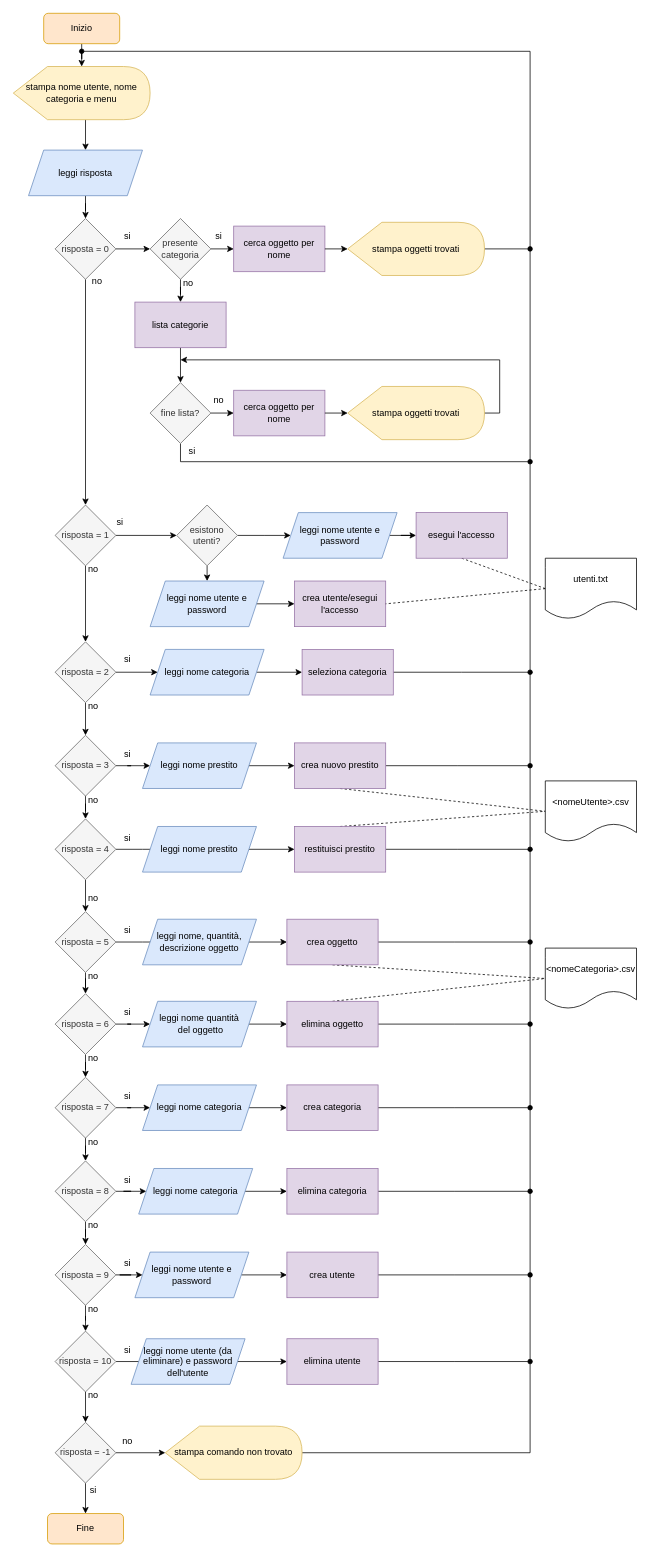
Earlier version of the draw.io diagram flowChart.drawio (souremillime/progetto-java). Source tidied: cells renumbered, new cells numbered last; positions are measured from the earlier drawing's top-left corner, leaving out a move shared by most shapes. Both pictures are drawn from the tidied source at 76%, with x=0, y=0 at pixel (13, 13).
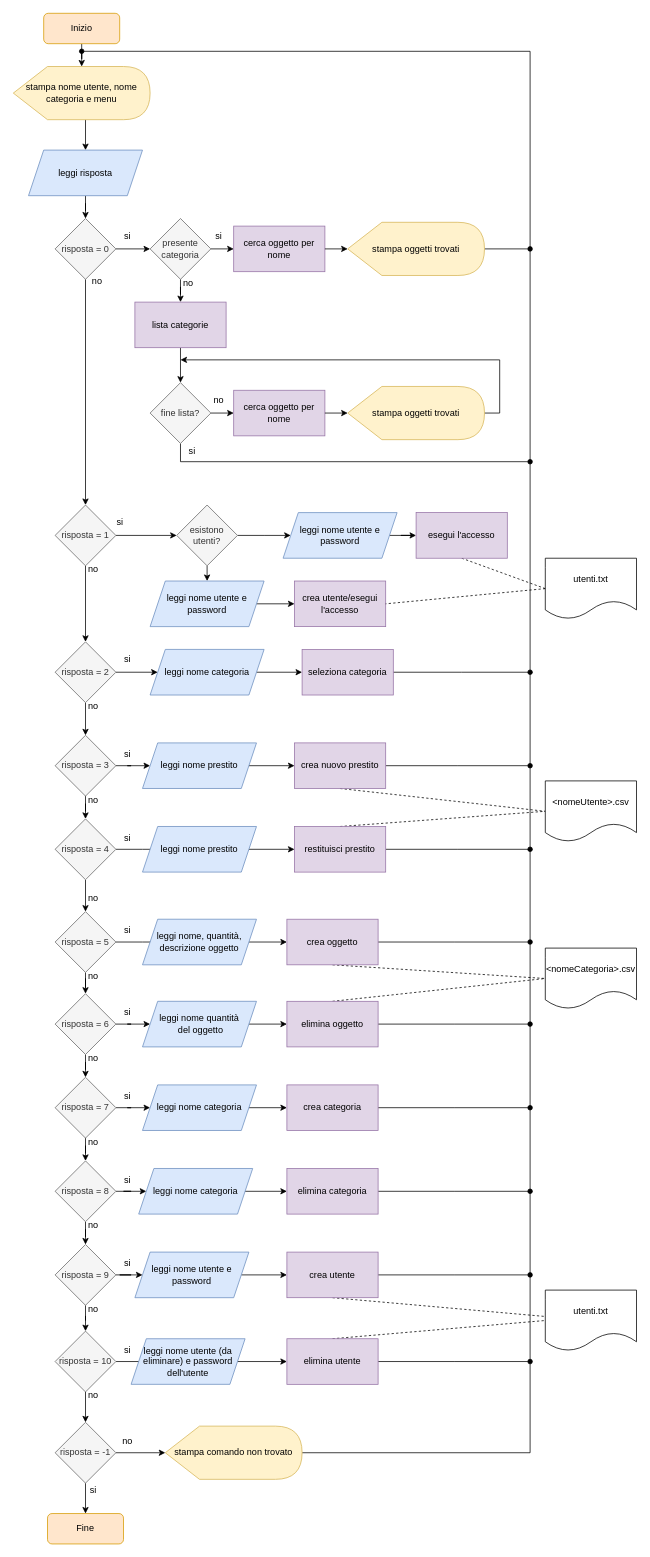
After the change.

The change refers to these unchanged cells:
```xml
<mxCell id="111" value="crea utente" style="whiteSpace=wrap;html=1;fillColor=#e1d5e7;strokeColor=#9673a6;" parent="1" vertex="1">
  <mxGeometry x="360" y="1630" width="120" height="60" as="geometry" />
</mxCell>
<mxCell id="118" value="elimina utente" style="whiteSpace=wrap;html=1;fillColor=#e1d5e7;strokeColor=#9673a6;" parent="1" vertex="1">
  <mxGeometry x="360" y="1744" width="120" height="60" as="geometry" />
</mxCell>
```

Diff of the diagram source:
```diff
@@
+    <mxCell id="145" style="rounded=0;jettySize=auto;html=1;exitX=0.5;exitY=1;exitDx=0;exitDy=0;dashed=1;endArrow=none;endFill=0;" parent="1" edge="1" source="111" target="147">
+      <mxGeometry relative="1" as="geometry" />
+    </mxCell>
@@
+    <mxCell id="146" style="rounded=0;jettySize=auto;html=1;exitX=0.5;exitY=0;exitDx=0;exitDy=0;dashed=1;endArrow=none;endFill=0;entryX=0;entryY=0.5;entryDx=0;entryDy=0;" parent="1" edge="1" source="118" target="147">
+      <mxGeometry relative="1" as="geometry" />
+    </mxCell>
@@
+    <mxCell id="147" value="utenti.txt" style="shape=document;whiteSpace=wrap;html=1;boundedLbl=1;" parent="1" vertex="1">
+      <mxGeometry x="700" y="1680" width="120" height="80" as="geometry" />
+    </mxCell>
```
